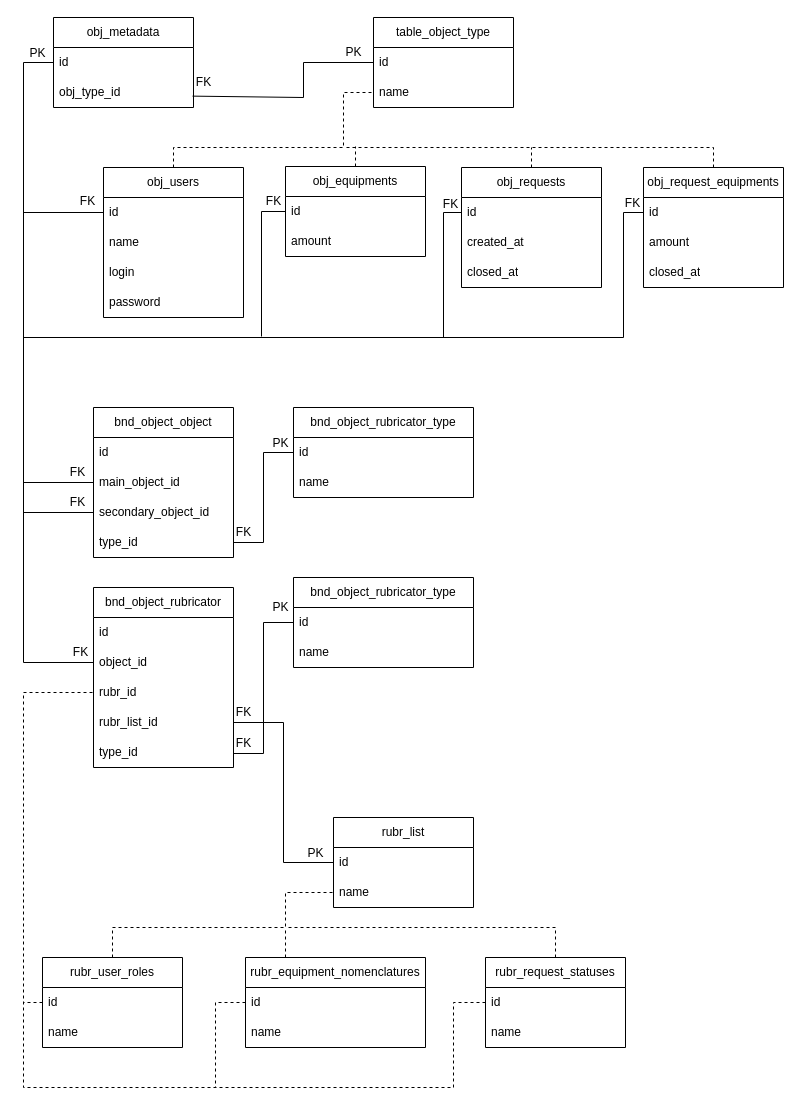
The draw.io diagram Схема бд.drawio in phaizan/mlnt_test, before the edit. Source tidied: cells renumbered, new cells numbered last; positions are measured from the earlier drawing's top-left corner, leaving out a move shared by most shapes. Both pictures are drawn from the tidied source at 100%, with x=0, y=0 at pixel (17, 17).
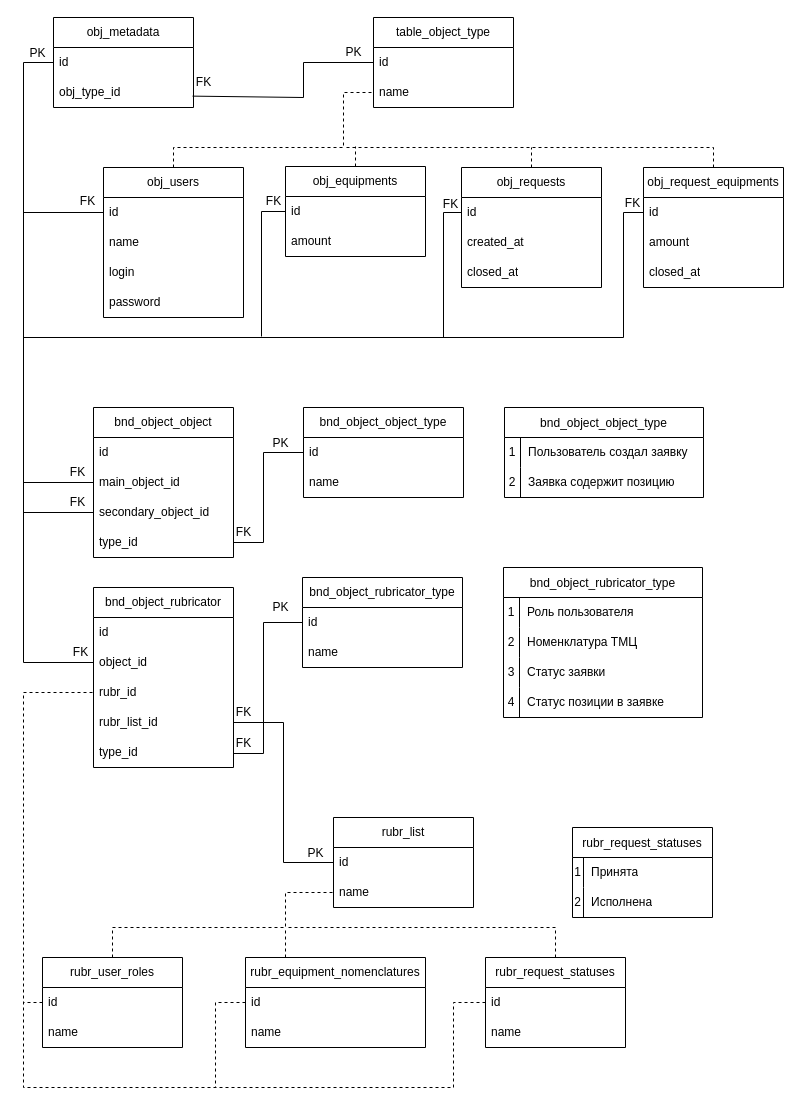
Above is the later version.

What changed in the source:
```diff
@@
     <mxCell id="32" value="bnd_object_rubricator_type" style="swimlane;fontStyle=0;horizontal=1;startSize=30;whiteSpace=wrap;html=1;" parent="1" vertex="1">
-      <mxGeometry x="276" y="560" width="180" height="90" as="geometry" />
+      <mxGeometry x="285" y="560" width="160" height="90" as="geometry" />
     </mxCell>
     <mxCell id="33" value="id" style="text;strokeColor=none;fillColor=none;align=left;verticalAlign=middle;spacingLeft=4;spacingRight=4;overflow=hidden;points=[[0,0.5],[1,0.5]];portConstraint=eastwest;whiteSpace=wrap;html=1;" parent="32" vertex="1">
-      <mxGeometry y="30" width="180" height="30" as="geometry" />
+      <mxGeometry y="30" width="160" height="30" as="geometry" />
     </mxCell>
     <mxCell id="34" value="name" style="text;strokeColor=none;fillColor=none;align=left;verticalAlign=middle;spacingLeft=4;spacingRight=4;overflow=hidden;whiteSpace=wrap;html=1;" parent="32" vertex="1">
-      <mxGeometry y="60" width="180" height="30" as="geometry" />
+      <mxGeometry y="60" width="160" height="30" as="geometry" />
     </mxCell>
@@
-    <mxCell id="40" value="bnd_object_rubricator_type" style="swimlane;fontStyle=0;horizontal=1;startSize=30;whiteSpace=wrap;html=1;" parent="1" vertex="1">
-      <mxGeometry x="276" y="390" width="180" height="90" as="geometry" />
+    <mxCell id="40" value="bnd_object_object_type" style="swimlane;fontStyle=0;horizontal=1;startSize=30;whiteSpace=wrap;html=1;" parent="1" vertex="1">
+      <mxGeometry x="286" y="390" width="160" height="90" as="geometry" />
     </mxCell>
     <mxCell id="41" value="id" style="text;strokeColor=none;fillColor=none;align=left;verticalAlign=middle;spacingLeft=4;spacingRight=4;overflow=hidden;points=[[0,0.5],[1,0.5]];portConstraint=eastwest;whiteSpace=wrap;html=1;" parent="40" vertex="1">
-      <mxGeometry y="30" width="180" height="30" as="geometry" />
+      <mxGeometry y="30" width="160" height="30" as="geometry" />
     </mxCell>
     <mxCell id="42" value="name" style="text;strokeColor=none;fillColor=none;align=left;verticalAlign=middle;spacingLeft=4;spacingRight=4;overflow=hidden;whiteSpace=wrap;html=1;" parent="40" vertex="1">
-      <mxGeometry y="60" width="180" height="30" as="geometry" />
+      <mxGeometry y="60" width="160" height="30" as="geometry" />
     </mxCell>
@@
+    <mxCell id="90" value="bnd_object_object_type" style="shape=table;startSize=30;childLayout=tableLayout;rowLines=0;fontStyle=0;strokeColor=default;fontSize=12;" parent="1" vertex="1">
+      <mxGeometry x="487" y="390" width="199" height="90" as="geometry" />
+    </mxCell>
+    <mxCell id="91" style="shape=tableRow;horizontal=0;startSize=0;swimlaneHead=0;swimlaneBody=0;top=0;left=0;bottom=0;right=0;fillColor=none;strokeColor=inherit;fontSize=12;" parent="90" vertex="1">
+      <mxGeometry y="30" width="199" height="30" as="geometry" />
+    </mxCell>
+    <mxCell id="92" value="1" style="shape=partialRectangle;html=1;whiteSpace=wrap;fillColor=none;top=0;left=0;bottom=0;right=0;overflow=hidden;strokeColor=inherit;fontSize=12;" parent="91" vertex="1">
+      <mxGeometry width="16" height="30" as="geometry" />
+    </mxCell>
+    <mxCell id="93" value="Пользователь создал заявку" style="shape=partialRectangle;html=1;whiteSpace=wrap;fillColor=none;top=0;left=0;bottom=0;right=0;align=left;spacingLeft=6;overflow=hidden;strokeColor=inherit;fontSize=12;" parent="91" vertex="1">
+      <mxGeometry x="16" width="183" height="30" as="geometry" />
+    </mxCell>
+    <mxCell id="94" style="shape=tableRow;horizontal=0;startSize=0;swimlaneHead=0;swimlaneBody=0;top=0;left=0;bottom=0;right=0;fillColor=none;strokeColor=inherit;fontSize=12;" parent="90" vertex="1">
+      <mxGeometry y="60" width="199" height="30" as="geometry" />
+    </mxCell>
+    <mxCell id="95" value="2" style="shape=partialRectangle;html=1;whiteSpace=wrap;fillColor=none;top=0;left=0;bottom=0;right=0;overflow=hidden;strokeColor=inherit;fontSize=12;" parent="94" vertex="1">
+      <mxGeometry width="16" height="30" as="geometry" />
+    </mxCell>
+    <mxCell id="96" value="Заявка содержит позицию" style="shape=partialRectangle;html=1;whiteSpace=wrap;fillColor=none;top=0;left=0;bottom=0;right=0;align=left;spacingLeft=6;overflow=hidden;strokeColor=inherit;fontSize=12;" parent="94" vertex="1">
+      <mxGeometry x="16" width="183" height="30" as="geometry" />
+    </mxCell>
+    <mxCell id="97" style="shape=tableRow;horizontal=0;startSize=0;swimlaneHead=0;swimlaneBody=0;top=0;left=0;bottom=0;right=0;fillColor=none;strokeColor=inherit;fontSize=12;" parent="1" vertex="1">
+      <mxGeometry x="496" y="670" width="199" height="30" as="geometry" />
+    </mxCell>
+    <mxCell id="98" value="bnd_object_rubricator_type" style="shape=table;startSize=30;childLayout=tableLayout;rowLines=0;fontStyle=0;strokeColor=default;fontSize=12;" parent="1" vertex="1">
+      <mxGeometry x="486" y="550" width="199" height="150" as="geometry" />
+    </mxCell>
+    <mxCell id="99" style="shape=tableRow;horizontal=0;startSize=0;swimlaneHead=0;swimlaneBody=0;top=0;left=0;bottom=0;right=0;fillColor=none;strokeColor=inherit;fontSize=12;" parent="98" vertex="1">
+      <mxGeometry y="30" width="199" height="30" as="geometry" />
+    </mxCell>
+    <mxCell id="100" value="1" style="shape=partialRectangle;html=1;whiteSpace=wrap;fillColor=none;top=0;left=0;bottom=0;right=0;overflow=hidden;strokeColor=inherit;fontSize=12;" parent="99" vertex="1">
+      <mxGeometry width="16" height="30" as="geometry" />
+    </mxCell>
+    <mxCell id="101" value="Роль пользователя" style="shape=partialRectangle;html=1;whiteSpace=wrap;fillColor=none;top=0;left=0;bottom=0;right=0;align=left;spacingLeft=6;overflow=hidden;strokeColor=inherit;fontSize=12;" parent="99" vertex="1">
+      <mxGeometry x="16" width="183" height="30" as="geometry" />
+    </mxCell>
+    <mxCell id="102" style="shape=tableRow;horizontal=0;startSize=0;swimlaneHead=0;swimlaneBody=0;top=0;left=0;bottom=0;right=0;fillColor=none;strokeColor=inherit;fontSize=12;" parent="98" vertex="1">
+      <mxGeometry y="60" width="199" height="30" as="geometry" />
+    </mxCell>
+    <mxCell id="103" value="2" style="shape=partialRectangle;html=1;whiteSpace=wrap;fillColor=none;top=0;left=0;bottom=0;right=0;overflow=hidden;strokeColor=inherit;fontSize=12;" parent="102" vertex="1">
+      <mxGeometry width="16" height="30" as="geometry" />
+    </mxCell>
+    <mxCell id="104" value="Номенклатура ТМЦ" style="shape=partialRectangle;html=1;whiteSpace=wrap;fillColor=none;top=0;left=0;bottom=0;right=0;align=left;spacingLeft=6;overflow=hidden;strokeColor=inherit;fontSize=12;" parent="102" vertex="1">
+      <mxGeometry x="16" width="183" height="30" as="geometry" />
+    </mxCell>
+    <mxCell id="105" style="shape=tableRow;horizontal=0;startSize=0;swimlaneHead=0;swimlaneBody=0;top=0;left=0;bottom=0;right=0;fillColor=none;strokeColor=inherit;fontSize=12;" parent="98" vertex="1">
+      <mxGeometry y="90" width="199" height="30" as="geometry" />
+    </mxCell>
+    <mxCell id="106" value="3" style="shape=partialRectangle;html=1;whiteSpace=wrap;fillColor=none;top=0;left=0;bottom=0;right=0;overflow=hidden;strokeColor=inherit;fontSize=12;" parent="105" vertex="1">
+      <mxGeometry width="16" height="30" as="geometry" />
+    </mxCell>
+    <mxCell id="107" value="Статус заявки" style="shape=partialRectangle;html=1;whiteSpace=wrap;fillColor=none;top=0;left=0;bottom=0;right=0;align=left;spacingLeft=6;overflow=hidden;strokeColor=inherit;fontSize=12;" parent="105" vertex="1">
+      <mxGeometry x="16" width="183" height="30" as="geometry" />
+    </mxCell>
+    <mxCell id="108" style="shape=tableRow;horizontal=0;startSize=0;swimlaneHead=0;swimlaneBody=0;top=0;left=0;bottom=0;right=0;fillColor=none;strokeColor=inherit;fontSize=12;" parent="98" vertex="1">
+      <mxGeometry y="120" width="199" height="30" as="geometry" />
+    </mxCell>
+    <mxCell id="109" value="4" style="shape=partialRectangle;html=1;whiteSpace=wrap;fillColor=none;top=0;left=0;bottom=0;right=0;overflow=hidden;strokeColor=inherit;fontSize=12;" parent="108" vertex="1">
+      <mxGeometry width="16" height="30" as="geometry" />
+    </mxCell>
+    <mxCell id="110" value="Статус позиции в заявке" style="shape=partialRectangle;html=1;whiteSpace=wrap;fillColor=none;top=0;left=0;bottom=0;right=0;align=left;spacingLeft=6;overflow=hidden;strokeColor=inherit;fontSize=12;" parent="108" vertex="1">
+      <mxGeometry x="16" width="183" height="30" as="geometry" />
+    </mxCell>
+    <mxCell id="111" value="rubr_request_statuses" style="shape=table;startSize=30;childLayout=tableLayout;rowLines=0;fontStyle=0;strokeColor=default;fontSize=12;" parent="1" vertex="1">
+      <mxGeometry x="555" y="810" width="140" height="90" as="geometry" />
+    </mxCell>
+    <mxCell id="112" style="shape=tableRow;horizontal=0;startSize=0;swimlaneHead=0;swimlaneBody=0;top=0;left=0;bottom=0;right=0;fillColor=none;strokeColor=inherit;fontSize=12;" parent="111" vertex="1">
+      <mxGeometry y="30" width="140" height="30" as="geometry" />
+    </mxCell>
+    <mxCell id="113" value="1" style="shape=partialRectangle;html=1;whiteSpace=wrap;fillColor=none;top=0;left=0;bottom=0;right=0;overflow=hidden;strokeColor=inherit;fontSize=12;" parent="112" vertex="1">
+      <mxGeometry width="11" height="30" as="geometry" />
+    </mxCell>
+    <mxCell id="114" value="Принята" style="shape=partialRectangle;html=1;whiteSpace=wrap;fillColor=none;top=0;left=0;bottom=0;right=0;align=left;spacingLeft=6;overflow=hidden;strokeColor=inherit;fontSize=12;" parent="112" vertex="1">
+      <mxGeometry x="11" width="129" height="30" as="geometry" />
+    </mxCell>
+    <mxCell id="115" style="shape=tableRow;horizontal=0;startSize=0;swimlaneHead=0;swimlaneBody=0;top=0;left=0;bottom=0;right=0;fillColor=none;strokeColor=inherit;fontSize=12;" parent="111" vertex="1">
+      <mxGeometry y="60" width="140" height="30" as="geometry" />
+    </mxCell>
+    <mxCell id="116" value="2" style="shape=partialRectangle;html=1;whiteSpace=wrap;fillColor=none;top=0;left=0;bottom=0;right=0;overflow=hidden;strokeColor=inherit;fontSize=12;" parent="115" vertex="1">
+      <mxGeometry width="11" height="30" as="geometry" />
+    </mxCell>
+    <mxCell id="117" value="Исполнена" style="shape=partialRectangle;html=1;whiteSpace=wrap;fillColor=none;top=0;left=0;bottom=0;right=0;align=left;spacingLeft=6;overflow=hidden;strokeColor=inherit;fontSize=12;" parent="115" vertex="1">
+      <mxGeometry x="11" width="129" height="30" as="geometry" />
+    </mxCell>
```
